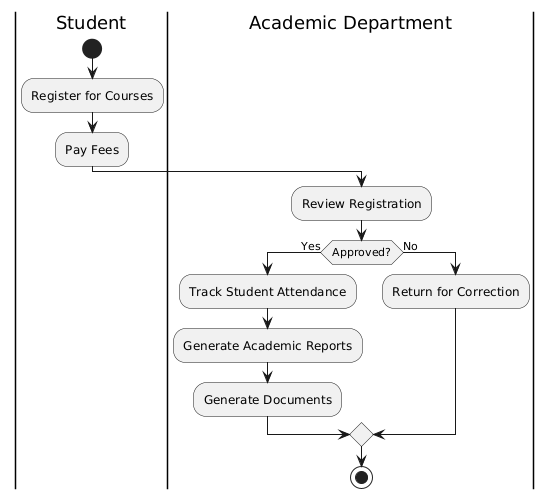
The PlantUML diagram Diagrams/Activity Diagram/Activity Diagram 3.png in krisaldamihali/DOS-MS, before a commit.
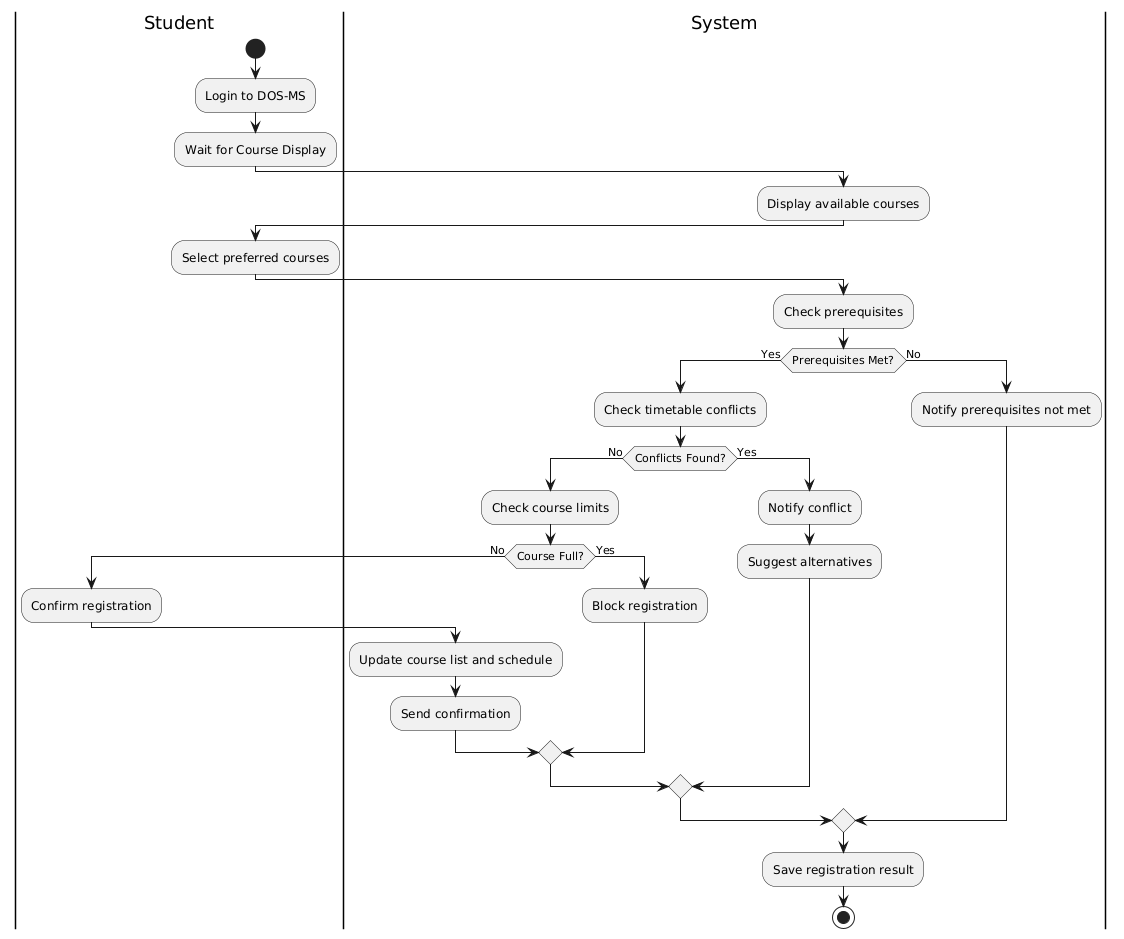
Above is the later version.

Change to the diagram source:
```diff
@@ -1,17 +1,39 @@
 @startuml
 |Student|
 start
-:Register for Courses;
-:Pay Fees;
+:Login to DOS-MS;
+:Wait for Course Display;
 
-|Academic Department|
-:Review Registration;
-if (Approved?) then (Yes)
-  :Track Student Attendance;
-  :Generate Academic Reports;
-  :Generate Documents;
+|System|
+:Display available courses;
+
+|Student|
+:Select preferred courses;
+
+|System|
+:Check prerequisites;
+if (Prerequisites Met?) then (Yes)
+  :Check timetable conflicts;
+  if (Conflicts Found?) then (No)
+    :Check course limits;
+    if (Course Full?) then (No)
+      |Student|
+      :Confirm registration;
+
+      |System|
+      :Update course list and schedule;
+      :Send confirmation;
+    else (Yes)
+      :Block registration;
+    endif
+  else (Yes)
+    :Notify conflict;
+    :Suggest alternatives;
+  endif
 else (No)
-  :Return for Correction;
+  :Notify prerequisites not met;
 endif
+
+:Save registration result;
 stop
 @enduml
```
